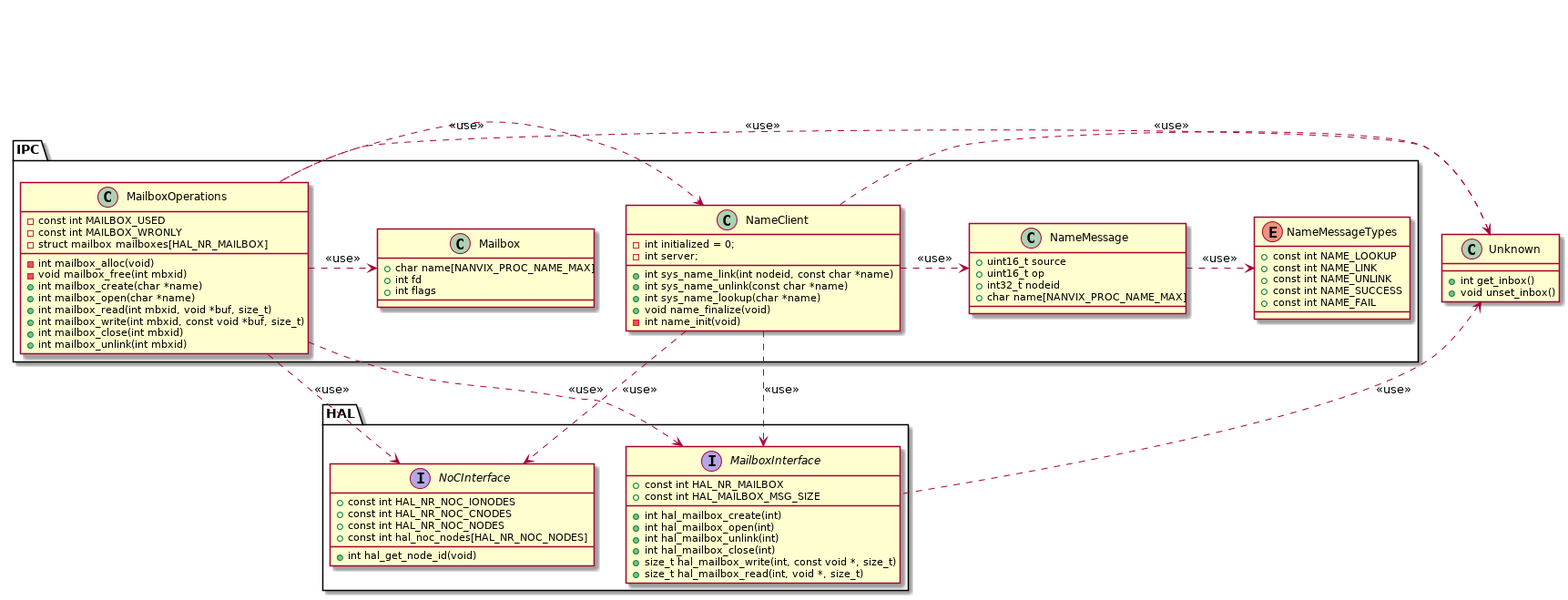
Earlier version of the PlantUML export doc/class-diagrams/microkernel.ipc.png (mbcastro/multikernel). Its diagram source:
```plantuml
@startuml


namespace HAL {
	enum HAL.CoreTypes {
		+ const int HAL_CORE_USER
		+ const int HAL_CORE_RMAN
		+ const int HAL_CORE_SYSTEM
	}

	interface HAL.CoreInterface {
		+ const int HAL_NR_CORES_USER
		+ const int HAL_NR_CORES_RMAN
		+ const int HAL_NR_CORES_SYSTEM
		+ const int HAL_NR_CLUSTERS
		+ int hal_get_cluster_id(void)
		+ int hal_get_core_id(void)
		+ int hal_get_core_type(void)
		+ int hal_get_num_cores(void)
		+ int hal_get_core_freq(void)
	}

	interface HAL.MailboxInterface {
		+ const int HAL_NR_MAILBOX
		+ const int HAL_MAILBOX_MSG_SIZE
		+ int hal_mailbox_create(int)
		+ int hal_mailbox_open(int)
		+ int hal_mailbox_unlink(int)
		+ int hal_mailbox_close(int)
		+ size_t hal_mailbox_write(int, const void *, size_t)
		+ size_t hal_mailbox_read(int, void *, size_t)
	}

	interface HAL.SyncInterface {
		+ const int HAL_NR_SYNC
		+ const int HAL_SYNC_ONE_TO_ALL
		+ const int HAL_SYNC_ALL_TO_ONE
		+ int hal_sync_create(const int *, int, int)
		+ int hal_sync_open(const int *, int, int)
		+ int hal_sync_wait(int)
		+ int hal_sync_signal(int)
		+ int hal_sync_close(int)
		+ int hal_sync_unlink(int)
	}

	interface HAL.PortalInterface {
		class portal_t
		+ int hal_portal_allow(portal_t *, int)
		+ int hal_portal_create(portal_t *, int)
		+ int hal_portal_open(portal_t *, int)
		+ int hal_portal_read(portal_t *, void *, size_t)
		+ int hal_portal_write(portal_t *, const void *, size_t)
		+ int hal_portal_close(portal_t *)
		+ int hal_portal_unlink(portal_t *)
	}

	interface HAL.NoCInterface {
		+ const int HAL_NR_NOC_IONODES
		+ const int HAL_NR_NOC_CNODES
		+ const int HAL_NR_NOC_NODES
		+ const int hal_noc_nodes[HAL_NR_NOC_NODES]
		+ int hal_get_node_id(void)
	}

	interface HAL.SetupInterface {
		+ void hal_setup(void)
		+ void hal_cleanup(void)
	}

	HAL.CoreInterface ..> HAL.CoreTypes : <<use>>
}


remove HAL.CoreInterface
remove HAL.CoreTypes
remove HAL.SetupInterface
remove HAL.SyncInterface
remove HAL.PortalInterface

class Unknown {
	+ int get_inbox()
	+ void unset_inbox()
}

namespace IPC {
	class NameClient {
		+ int sys_name_link(int nodeid, const char *name)
		+ int sys_name_unlink(const char *name)
		+ int sys_name_lookup(char *name)
		+ void name_finalize(void)
		- int name_init(void)
		- int initialized = 0;
		- int server;
	}

	class NameMessage {
		+ uint16_t source
		+ uint16_t op
		+ int32_t nodeid
		+ char name[NANVIX_PROC_NAME_MAX]
	}

	enum NameMessageTypes {
		+ const int NAME_LOOKUP
		+ const int NAME_LINK
		+ const int NAME_UNLINK
		+ const int NAME_SUCCESS
		+ const int NAME_FAIL
	}

	class Mailbox {
		+ char name[NANVIX_PROC_NAME_MAX]
		+ int fd
		+ int flags
	}

	class MailboxOperations {
		- const int MAILBOX_USED
		- const int MAILBOX_WRONLY
		- struct mailbox mailboxes[HAL_NR_MAILBOX]
		- int mailbox_alloc(void)
		- void mailbox_free(int mbxid)
		+ int mailbox_create(char *name)
		+ int mailbox_open(char *name)
		+ int mailbox_read(int mbxid, void *buf, size_t)
		+ int mailbox_write(int mbxid, const void *buf, size_t)
		+ int mailbox_close(int mbxid)
		+ int mailbox_unlink(int mbxid)
	}

	IPC.NameMessage  .> IPC.NameMessageTypes : <<use>>
	IPC.NameClient   .> IPC.NameMessage      : <<use>>
	IPC.NameClient  ..> HAL.NoCInterface     : <<use>>
	IPC.NameClient  ..> HAL.MailboxInterface : <<use>>

	IPC.MailboxOperations   .> IPC.Mailbox           : <<use>>
	IPC.MailboxOperations   .> HAL.MailboxInterface  : <<use>>
	IPC.MailboxOperations   .> HAL.NoCInterface      : <<use>>
	IPC.MailboxOperations   .> NameClient            : <<use>>
}

Unknown <. IPC.NameClient       : <<use>>
Unknown <. IPC.MailboxOperations : <<use>>
Unknown <. HAL.MailboxInterface : <<use>>

@enduml
```
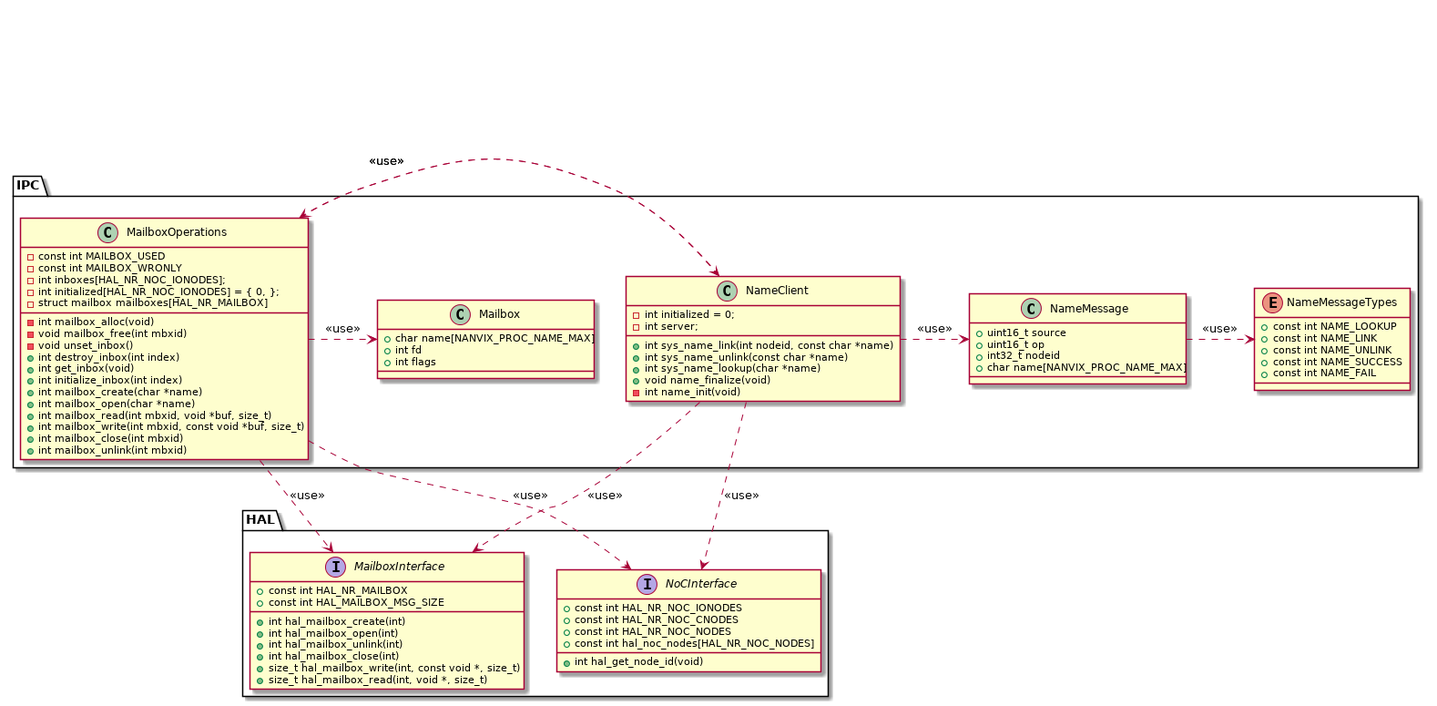
The same diagram one commit later.

Commit message:
Updating Class Diagrams

The edit, as a diff of the source:
```diff
@@ -77,11 +77,6 @@
 remove HAL.SyncInterface
 remove HAL.PortalInterface
 
-class Unknown {
-	+ int get_inbox()
-	+ void unset_inbox()
-}
-
 namespace IPC {
 	class NameClient {
 		+ int sys_name_link(int nodeid, const char *name)
@@ -117,9 +112,15 @@
 	class MailboxOperations {
 		- const int MAILBOX_USED
 		- const int MAILBOX_WRONLY
+		- int inboxes[HAL_NR_NOC_IONODES];
+		- int initialized[HAL_NR_NOC_IONODES] = { 0, };
 		- struct mailbox mailboxes[HAL_NR_MAILBOX]
 		- int mailbox_alloc(void)
 		- void mailbox_free(int mbxid)
+		- void unset_inbox()
+		+ int destroy_inbox(int index)
+		+ int get_inbox(void)
+		+ int initialize_inbox(int index)
 		+ int mailbox_create(char *name)
 		+ int mailbox_open(char *name)
 		+ int mailbox_read(int mbxid, void *buf, size_t)
@@ -132,6 +133,7 @@
 	IPC.NameClient   .> IPC.NameMessage      : <<use>>
 	IPC.NameClient  ..> HAL.NoCInterface     : <<use>>
 	IPC.NameClient  ..> HAL.MailboxInterface : <<use>>
+	IPC.NameClient  ..> IPC.MailboxOperations : <<use>>
 
 	IPC.MailboxOperations   .> IPC.Mailbox           : <<use>>
 	IPC.MailboxOperations   .> HAL.MailboxInterface  : <<use>>
@@ -139,8 +141,4 @@
 	IPC.MailboxOperations   .> NameClient            : <<use>>
 }
 
-Unknown <. IPC.NameClient       : <<use>>
-Unknown <. IPC.MailboxOperations : <<use>>
-Unknown <. HAL.MailboxInterface : <<use>>
-
 @enduml
```
